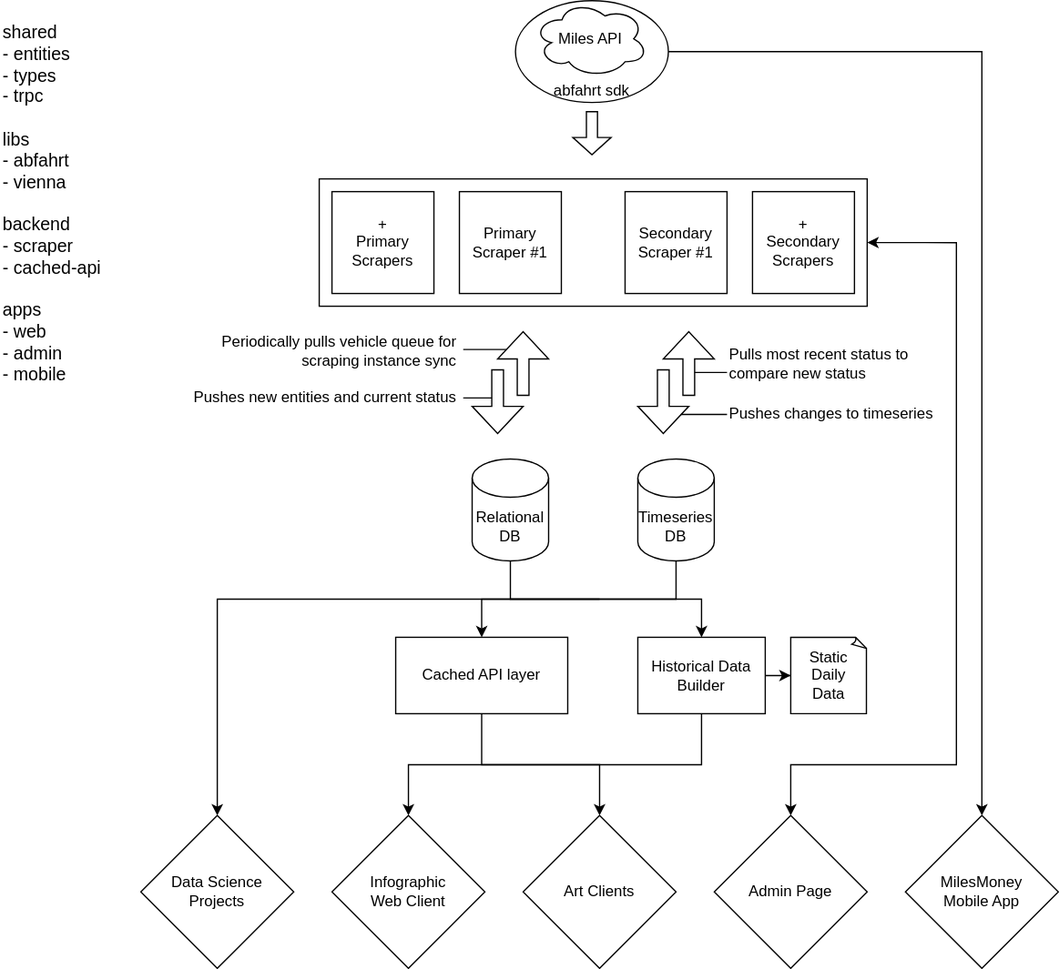
Earlier version of the draw.io export docs/Project Structure.drawio.svg (koenidv/vorfahrt). Source tidied: cells renumbered, new cells last; positions are measured from the earlier drawing's top-left corner, leaving out a move shared by most shapes.
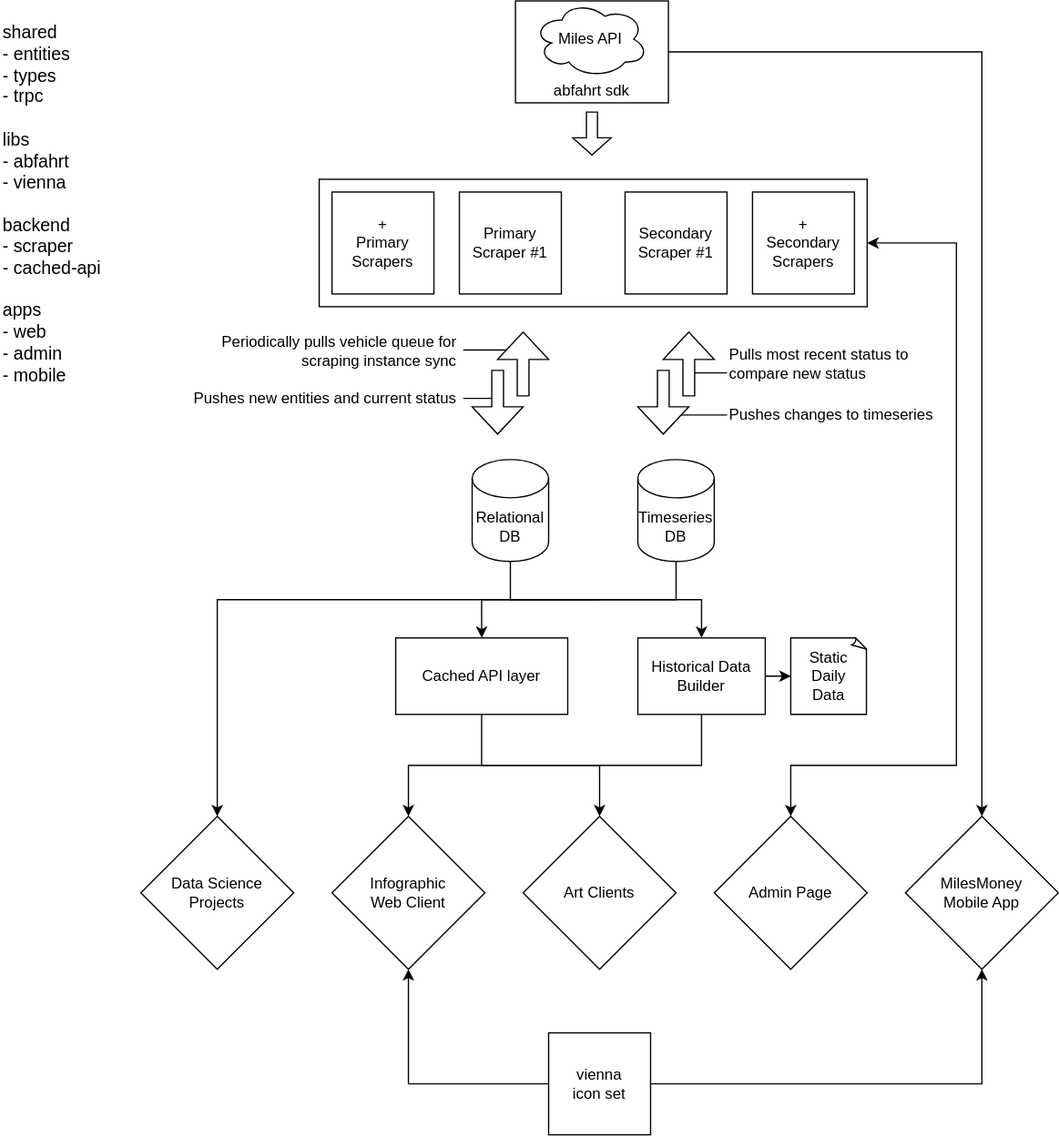
Above is the later version.

Change to the diagram source:
```diff
@@ -5,7 +5,7 @@
     <mxCell id="2" style="edgeStyle=orthogonalEdgeStyle;rounded=0;jettySize=auto;html=1;" parent="1" edge="1" source="3" target="38">
       <mxGeometry relative="1" as="geometry" />
     </mxCell>
-    <mxCell id="3" value="abfahrt sdk" style="ellipse;whiteSpace=wrap;html=1;direction=south;verticalAlign=bottom;" parent="1" vertex="1">
+    <mxCell id="3" value="abfahrt sdk" style="rounded=0;whiteSpace=wrap;html=1;direction=south;verticalAlign=bottom;" parent="1" vertex="1">
       <mxGeometry x="404" width="120" height="80" as="geometry" />
     </mxCell>
     <mxCell id="4" style="edgeStyle=orthogonalEdgeStyle;rounded=0;orthogonalLoop=1;jettySize=auto;html=1;entryX=0.707;entryY=0.156;entryDx=0;entryDy=0;entryPerimeter=0;endArrow=none;endFill=0;" parent="1" edge="1">
@@ -157,5 +157,14 @@
     <mxCell id="40" value="shared&lt;br style=&quot;font-size: 14px;&quot;&gt;- entities&lt;br style=&quot;font-size: 14px;&quot;&gt;- types&lt;br style=&quot;font-size: 14px;&quot;&gt;- trpc&lt;br style=&quot;font-size: 14px;&quot;&gt;&lt;br style=&quot;font-size: 14px;&quot;&gt;libs&lt;br style=&quot;font-size: 14px;&quot;&gt;- abfahrt&lt;br style=&quot;font-size: 14px;&quot;&gt;- vienna&lt;br style=&quot;font-size: 14px;&quot;&gt;&lt;br style=&quot;font-size: 14px;&quot;&gt;backend&lt;br style=&quot;font-size: 14px;&quot;&gt;- scraper&lt;br style=&quot;font-size: 14px;&quot;&gt;- cached-api&lt;br style=&quot;font-size: 14px;&quot;&gt;&lt;br style=&quot;font-size: 14px;&quot;&gt;apps&lt;br style=&quot;font-size: 14px;&quot;&gt;- web&lt;br style=&quot;font-size: 14px;&quot;&gt;- admin&lt;br style=&quot;font-size: 14px;&quot;&gt;- mobile" style="text;strokeColor=none;align=left;fillColor=none;html=1;verticalAlign=top;whiteSpace=wrap;rounded=0;fontSize=14;" parent="1" vertex="1">
       <mxGeometry y="10" width="80" height="270" as="geometry" />
     </mxCell>
+    <mxCell id="41" style="edgeStyle=orthogonalEdgeStyle;rounded=0;jettySize=auto;html=1;entryX=0.5;entryY=1;entryDx=0;entryDy=0;" parent="1" edge="1" source="43" target="34">
+      <mxGeometry relative="1" as="geometry" />
+    </mxCell>
+    <mxCell id="42" style="edgeStyle=orthogonalEdgeStyle;rounded=0;jettySize=auto;html=1;entryX=0.5;entryY=1;entryDx=0;entryDy=0;" parent="1" edge="1" source="43" target="38">
+      <mxGeometry relative="1" as="geometry" />
+    </mxCell>
+    <mxCell id="43" value="vienna&lt;br&gt;icon set" style="whiteSpace=wrap;html=1;" parent="1" vertex="1">
+      <mxGeometry x="430" y="810" width="80" height="80" as="geometry" />
+    </mxCell>
   </root>
 </mxGraphModel>
```
